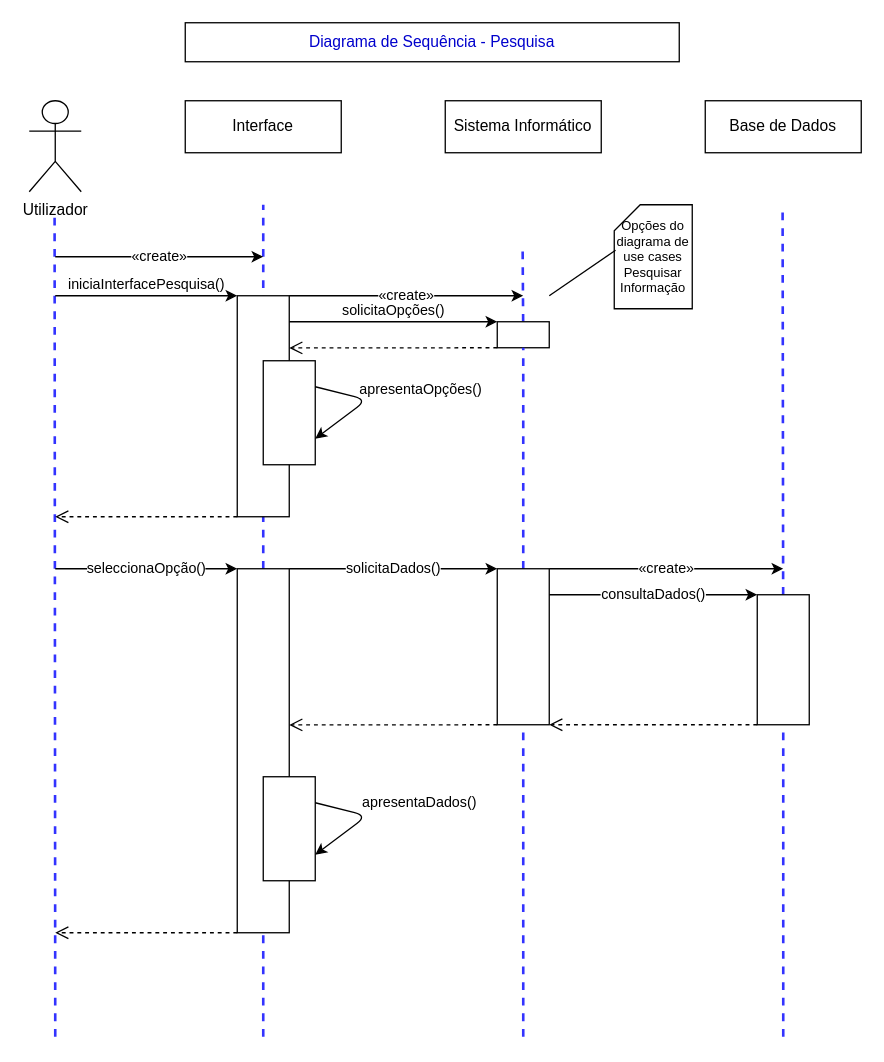
The draw.io diagram page "Pesquisa" (1 of 7) of 4. Diagramas de Sequências.drawio in carlan92/Hospital_Management_System, before the edit. Source tidied: cells renumbered, new cells numbered last; positions are measured from the earlier drawing's top-left corner, leaving out a move shared by most shapes. Both pictures are drawn from the tidied source at 130%, with x=0, y=0 at pixel (29, 22).
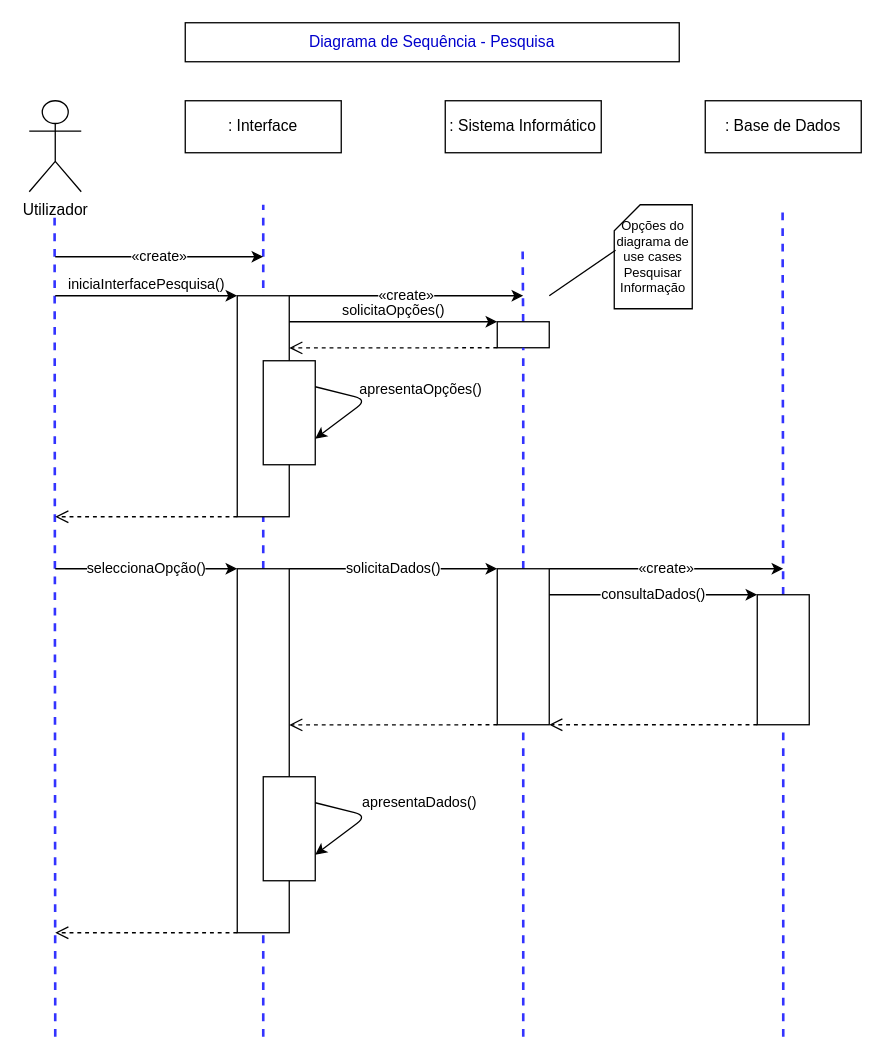
Above is the later version.

Diff of the diagram source:
```diff
@@
-    <mxCell id="3" value="Interface" style="rounded=0;whiteSpace=wrap;html=1;" parent="1" vertex="1">
+    <mxCell id="3" value=": Interface" style="rounded=0;whiteSpace=wrap;html=1;" parent="1" vertex="1">
       <mxGeometry x="120" y="60" width="120" height="40" as="geometry" />
     </mxCell>
-    <mxCell id="4" value="Sistema Informático" style="rounded=0;whiteSpace=wrap;html=1;" parent="1" vertex="1">
+    <mxCell id="4" value=": Sistema Informático" style="rounded=0;whiteSpace=wrap;html=1;" parent="1" vertex="1">
       <mxGeometry x="320" y="60" width="120" height="40" as="geometry" />
     </mxCell>
-    <mxCell id="5" value="Base de Dados" style="rounded=0;whiteSpace=wrap;html=1;" parent="1" vertex="1">
+    <mxCell id="5" value=": Base de Dados" style="rounded=0;whiteSpace=wrap;html=1;" parent="1" vertex="1">
       <mxGeometry x="520" y="60" width="120" height="40" as="geometry" />
     </mxCell>
```
